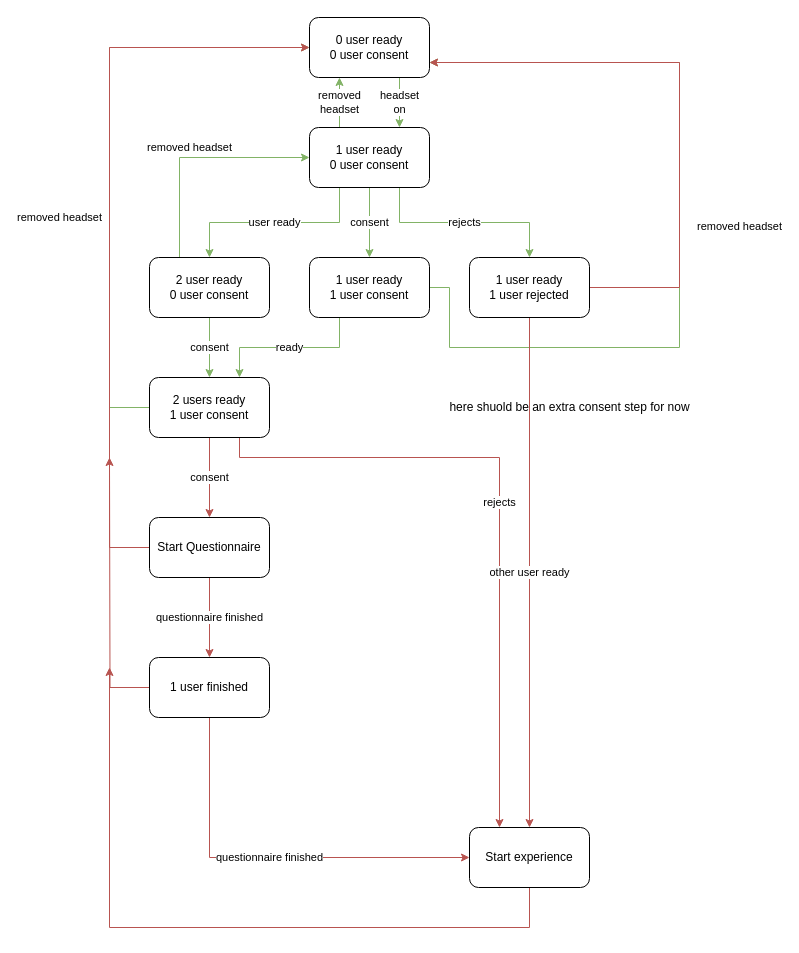
This is Docs/consent diagram.drawio from BeAnotherLab/The-Machine-to-be-Another-Unity, a draw.io file, before an edit. Source tidied: cells renumbered, new cells numbered last; positions are measured from the earlier drawing's top-left corner, leaving out a move shared by most shapes. Both pictures are drawn from the tidied source at 100%, with x=0, y=0 at pixel (109, 17).
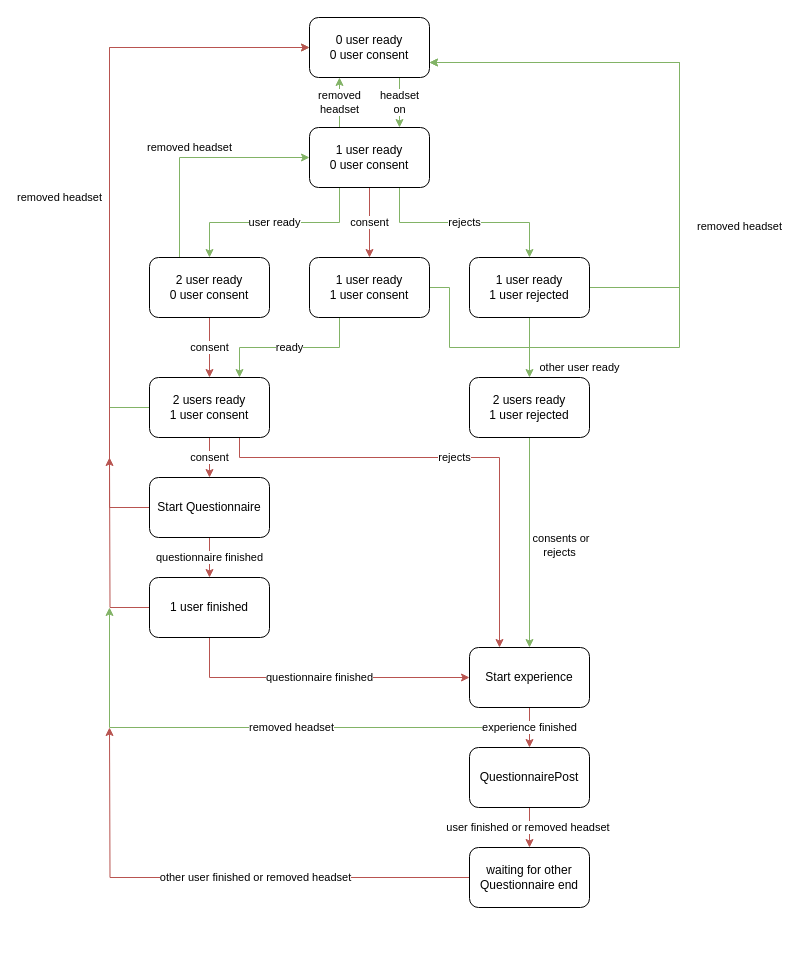
The same page after the edit.

Commit message:
update consent diagram

The change refers to these unchanged cells:
```xml
<mxCell id="6" value="1 user ready&lt;br&gt;0 user consent" style="rounded=1;whiteSpace=wrap;html=1;" parent="1" vertex="1">
  <mxGeometry x="200" y="110" width="120" height="60" as="geometry" />
</mxCell>
<mxCell id="9" value="2 user ready&lt;br&gt;0 user consent" style="rounded=1;whiteSpace=wrap;html=1;" parent="1" vertex="1">
  <mxGeometry x="40" y="240" width="120" height="60" as="geometry" />
</mxCell>
<mxCell id="13" value="2 users ready&lt;br&gt;1 user consent" style="rounded=1;whiteSpace=wrap;html=1;" parent="1" vertex="1">
  <mxGeometry x="40" y="360" width="120" height="60" as="geometry" />
</mxCell>
<mxCell id="16" value="1 user ready&lt;br&gt;1 user consent" style="rounded=1;whiteSpace=wrap;html=1;" parent="1" vertex="1">
  <mxGeometry x="200" y="240" width="120" height="60" as="geometry" />
</mxCell>
<mxCell id="19" value="1 user ready&lt;br&gt;1 user rejected" style="rounded=1;whiteSpace=wrap;html=1;" parent="1" vertex="1">
  <mxGeometry x="360" y="240" width="120" height="60" as="geometry" />
</mxCell>
<mxCell id="29" value="0 user ready&lt;br&gt;0 user consent" style="rounded=1;whiteSpace=wrap;html=1;" parent="1" vertex="1">
  <mxGeometry x="200" width="120" height="60" as="geometry" />
</mxCell>
```

Diff of the diagram source:
```diff
@@
-    <mxCell id="3" value="consent" style="edgeStyle=orthogonalEdgeStyle;rounded=0;jettySize=auto;html=1;fillColor=#d5e8d4;strokeColor=#82b366;" parent="1" edge="1" source="6" target="16">
+    <mxCell id="3" value="consent" style="edgeStyle=orthogonalEdgeStyle;rounded=0;jettySize=auto;html=1;fillColor=#f8cecc;strokeColor=#b85450;" parent="1" edge="1" source="6" target="16">
       <mxGeometry relative="1" as="geometry" />
     </mxCell>
@@
-    <mxCell id="7" value="consent" style="edgeStyle=orthogonalEdgeStyle;rounded=0;jettySize=auto;html=1;fillColor=#d5e8d4;strokeColor=#82b366;" parent="1" edge="1" source="9" target="13">
+    <mxCell id="7" value="consent" style="edgeStyle=orthogonalEdgeStyle;rounded=0;jettySize=auto;html=1;fillColor=#f8cecc;strokeColor=#b85450;" parent="1" edge="1" source="9" target="13">
       <mxGeometry relative="1" as="geometry" />
     </mxCell>
@@
+    <mxCell id="18" style="edgeStyle=orthogonalEdgeStyle;rounded=0;jettySize=auto;html=1;exitX=1;exitY=0.5;exitDx=0;exitDy=0;entryX=1;entryY=0.75;entryDx=0;entryDy=0;fillColor=#d5e8d4;strokeColor=#82b366;" parent="1" edge="1" source="19" target="29">
+      <mxGeometry relative="1" as="geometry">
+        <Array as="points">
+          <mxPoint x="570" y="270" />
+          <mxPoint x="570" y="45" />
+        </Array>
+      </mxGeometry>
+    </mxCell>
-    <mxCell id="17" value="other user ready" style="edgeStyle=orthogonalEdgeStyle;rounded=0;jettySize=auto;html=1;exitX=0.5;exitY=1;exitDx=0;exitDy=0;entryX=0.5;entryY=0;entryDx=0;entryDy=0;fillColor=#f8cecc;strokeColor=#b85450;" parent="1" edge="1" source="19" target="21">
-      <mxGeometry relative="1" as="geometry" />
+    <mxCell id="17" value="other user ready" style="edgeStyle=orthogonalEdgeStyle;rounded=0;jettySize=auto;html=1;exitX=0.5;exitY=1;exitDx=0;exitDy=0;entryX=0.5;entryY=0;entryDx=0;entryDy=0;fillColor=#d5e8d4;strokeColor=#82b366;" parent="1" edge="1" source="19" target="33">
+      <mxGeometry x="0.67" y="50" relative="1" as="geometry" />
     </mxCell>
-    <mxCell id="18" style="edgeStyle=orthogonalEdgeStyle;rounded=0;jettySize=auto;html=1;exitX=1;exitY=0.5;exitDx=0;exitDy=0;entryX=1;entryY=0.75;entryDx=0;entryDy=0;fillColor=#f8cecc;strokeColor=#b85450;" parent="1" edge="1" source="19" target="29">
-      <mxGeometry relative="1" as="geometry">
-        <Array as="points">
-          <mxPoint x="570" y="270" />
-          <mxPoint x="570" y="45" />
-        </Array>
-      </mxGeometry>
-    </mxCell>
@@
-    <mxCell id="20" style="edgeStyle=orthogonalEdgeStyle;rounded=0;jettySize=auto;html=1;fillColor=#f8cecc;strokeColor=#b85450;" parent="1" edge="1" source="21">
-      <mxGeometry relative="1" as="geometry">
-        <mxPoint y="650" as="targetPoint" />
+    <mxCell id="20" value="removed headset" style="edgeStyle=orthogonalEdgeStyle;rounded=0;jettySize=auto;html=1;fillColor=#d5e8d4;strokeColor=#82b366;" parent="1" edge="1" source="21">
+      <mxGeometry x="-0.08" relative="1" as="geometry">
+        <mxPoint y="590" as="targetPoint" />
         <Array as="points">
-          <mxPoint x="420" y="910" />
-          <mxPoint y="910" />
+          <mxPoint x="420" y="710" />
+          <mxPoint y="710" />
         </Array>
       </mxGeometry>
     </mxCell>
+    <mxCell id="31" value="experience finished" style="edgeStyle=orthogonalEdgeStyle;rounded=0;jettySize=auto;html=1;exitX=0.5;exitY=1;exitDx=0;exitDy=0;entryX=0.5;entryY=0;entryDx=0;entryDy=0;fillColor=#f8cecc;strokeColor=#b85450;" parent="1" edge="1" source="21" target="35">
+      <mxGeometry relative="1" as="geometry" />
+    </mxCell>
     <mxCell id="21" value="Start experience" style="whiteSpace=wrap;html=1;rounded=1;" parent="1" vertex="1">
-      <mxGeometry x="360" y="810" width="120" height="60" as="geometry" />
+      <mxGeometry x="360" y="630" width="120" height="60" as="geometry" />
     </mxCell>
@@
     <mxCell id="23" value="removed headset" style="edgeStyle=orthogonalEdgeStyle;rounded=0;jettySize=auto;html=1;exitX=0;exitY=0.5;exitDx=0;exitDy=0;entryX=0;entryY=0.5;entryDx=0;entryDy=0;fillColor=#f8cecc;strokeColor=#b85450;" parent="1" edge="1" source="24" target="29">
       <mxGeometry y="50" relative="1" as="geometry">
         <Array as="points">
-          <mxPoint y="530" />
+          <mxPoint y="490" />
           <mxPoint y="30" />
         </Array>
       </mxGeometry>
     </mxCell>
     <mxCell id="24" value="Start Questionnaire" style="whiteSpace=wrap;html=1;rounded=1;" parent="1" vertex="1">
-      <mxGeometry x="40" y="500" width="120" height="60" as="geometry" />
+      <mxGeometry x="40" y="460" width="120" height="60" as="geometry" />
     </mxCell>
@@
     <mxCell id="27" value="1 user finished" style="whiteSpace=wrap;html=1;rounded=1;" parent="1" vertex="1">
-      <mxGeometry x="40" y="640" width="120" height="60" as="geometry" />
+      <mxGeometry x="40" y="560" width="120" height="60" as="geometry" />
     </mxCell>
@@
-    <mxCell id="30" value="here shuold be an extra consent step for now" style="text;html=1;align=center;verticalAlign=middle;strokeColor=none;fillColor=none;" parent="1" vertex="1">
-      <mxGeometry x="330" y="380" width="260" height="20" as="geometry" />
-    </mxCell>
+    <mxCell id="32" value="&amp;nbsp;consents or&lt;br&gt;rejects" style="edgeStyle=orthogonalEdgeStyle;rounded=0;jettySize=auto;html=1;exitX=0.5;exitY=1;exitDx=0;exitDy=0;fillColor=#d5e8d4;strokeColor=#82b366;entryX=0.5;entryY=0;entryDx=0;entryDy=0;" parent="1" edge="1" source="33" target="21">
+      <mxGeometry x="0.03" y="30" relative="1" as="geometry" />
+    </mxCell>
+    <mxCell id="33" value="2 users ready&lt;br&gt;1 user rejected" style="rounded=1;whiteSpace=wrap;html=1;" parent="1" vertex="1">
+      <mxGeometry x="360" y="360" width="120" height="60" as="geometry" />
+    </mxCell>
+    <mxCell id="34" value="user finished or removed headset&amp;nbsp;" style="edgeStyle=orthogonalEdgeStyle;rounded=0;jettySize=auto;html=1;fillColor=#f8cecc;strokeColor=#b85450;" parent="1" edge="1" source="35" target="37">
+      <mxGeometry relative="1" as="geometry" />
+    </mxCell>
+    <mxCell id="35" value="QuestionnairePost" style="rounded=1;whiteSpace=wrap;html=1;" parent="1" vertex="1">
+      <mxGeometry x="360" y="730" width="120" height="60" as="geometry" />
+    </mxCell>
+    <mxCell id="36" value="other user finished or removed headset" style="edgeStyle=orthogonalEdgeStyle;rounded=0;jettySize=auto;html=1;exitX=0;exitY=0.5;exitDx=0;exitDy=0;fillColor=#f8cecc;strokeColor=#b85450;" parent="1" edge="1" source="37">
+      <mxGeometry x="-0.16" relative="1" as="geometry">
+        <mxPoint y="710" as="targetPoint" />
+      </mxGeometry>
+    </mxCell>
+    <mxCell id="37" value="waiting for other Questionnaire end" style="whiteSpace=wrap;html=1;rounded=1;" parent="1" vertex="1">
+      <mxGeometry x="360" y="830" width="120" height="60" as="geometry" />
+    </mxCell>
```
